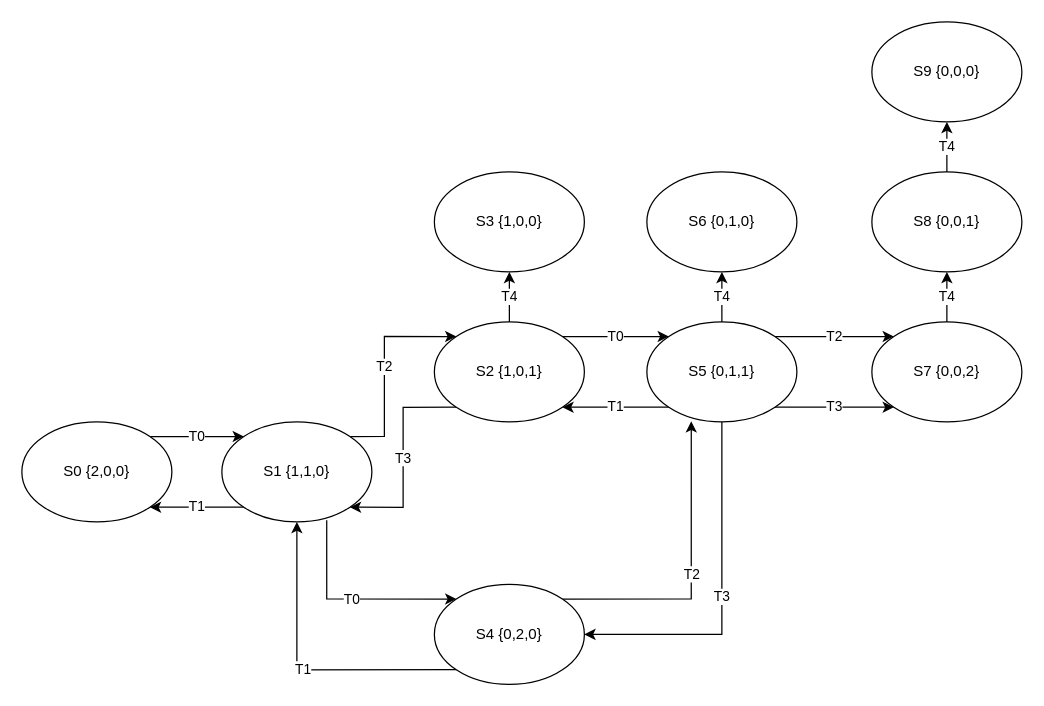
Above: Lab06/Zad2.drawio.xml in wiecek1873/College-Course-MIASI (draw.io), before the change. Source tidied: cells renumbered, new cells numbered last; positions are measured from the earlier drawing's top-left corner, leaving out a move shared by most shapes. Both pictures are drawn from the tidied source at 125%, with x=0, y=0 at pixel (21, 21).
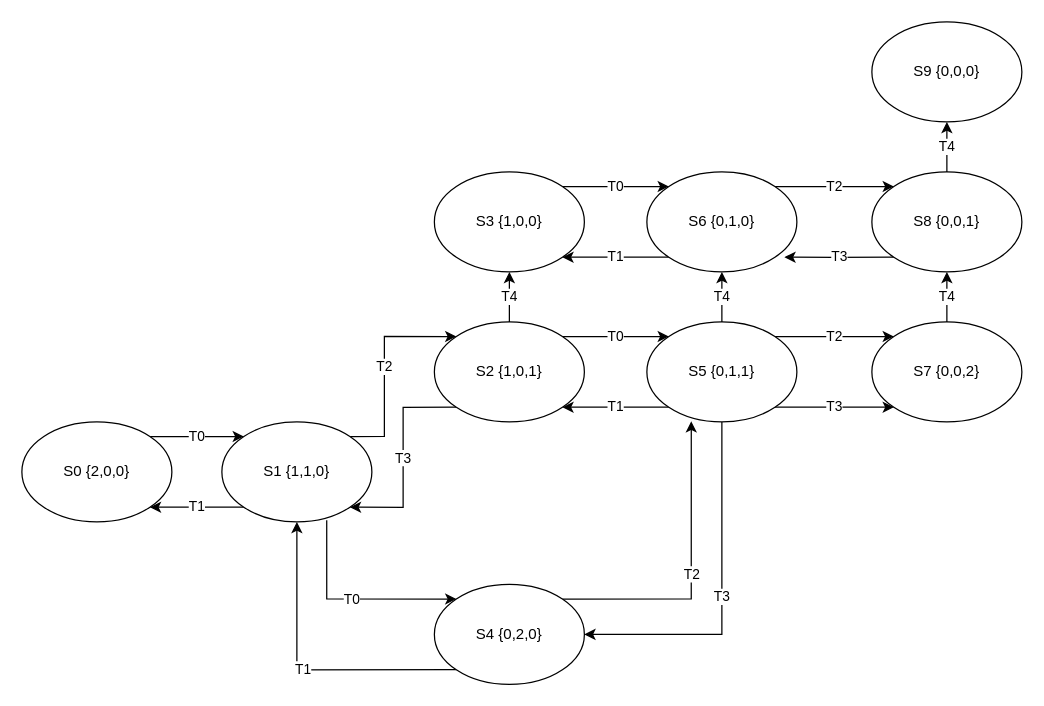
The same diagram, later.

Commit message (it also covers changes not shown here):
Fixed drawing for zad2

The change refers to these unchanged cells:
```xml
<mxCell id="17" value="S6 {0,1,0}" style="ellipse;whiteSpace=wrap;html=1;" parent="1" vertex="1">
  <mxGeometry x="500" y="120" width="120" height="80" as="geometry" />
</mxCell>
<mxCell id="23" value="S8 {0,0,1}" style="ellipse;whiteSpace=wrap;html=1;" parent="1" vertex="1">
  <mxGeometry x="680" y="120" width="120" height="80" as="geometry" />
</mxCell>
<mxCell id="25" value="S3 {1,0,0}" style="ellipse;whiteSpace=wrap;html=1;" parent="1" vertex="1">
  <mxGeometry x="330" y="120" width="120" height="80" as="geometry" />
</mxCell>
```

The edit, as a diff of the source:
```diff
@@
+    <mxCell id="28" value="T1" style="edgeStyle=orthogonalEdgeStyle;rounded=0;jettySize=auto;html=1;exitX=0;exitY=1;exitDx=0;exitDy=0;entryX=1;entryY=1;entryDx=0;entryDy=0;" parent="1" edge="1" source="17" target="25">
+      <mxGeometry relative="1" as="geometry" />
+    </mxCell>
+    <mxCell id="29" value="T2" style="edgeStyle=orthogonalEdgeStyle;rounded=0;jettySize=auto;html=1;exitX=1;exitY=0;exitDx=0;exitDy=0;entryX=0;entryY=0;entryDx=0;entryDy=0;" parent="1" edge="1" source="17" target="23">
+      <mxGeometry relative="1" as="geometry" />
+    </mxCell>
@@
+    <mxCell id="30" value="T3" style="edgeStyle=orthogonalEdgeStyle;rounded=0;jettySize=auto;html=1;exitX=0;exitY=1;exitDx=0;exitDy=0;entryX=0.917;entryY=0.853;entryDx=0;entryDy=0;entryPerimeter=0;" parent="1" edge="1" source="23" target="17">
+      <mxGeometry relative="1" as="geometry" />
+    </mxCell>
@@
+    <mxCell id="31" value="T0" style="edgeStyle=orthogonalEdgeStyle;rounded=0;jettySize=auto;html=1;exitX=1;exitY=0;exitDx=0;exitDy=0;entryX=0;entryY=0;entryDx=0;entryDy=0;" parent="1" edge="1" source="25" target="17">
+      <mxGeometry relative="1" as="geometry" />
+    </mxCell>
```
